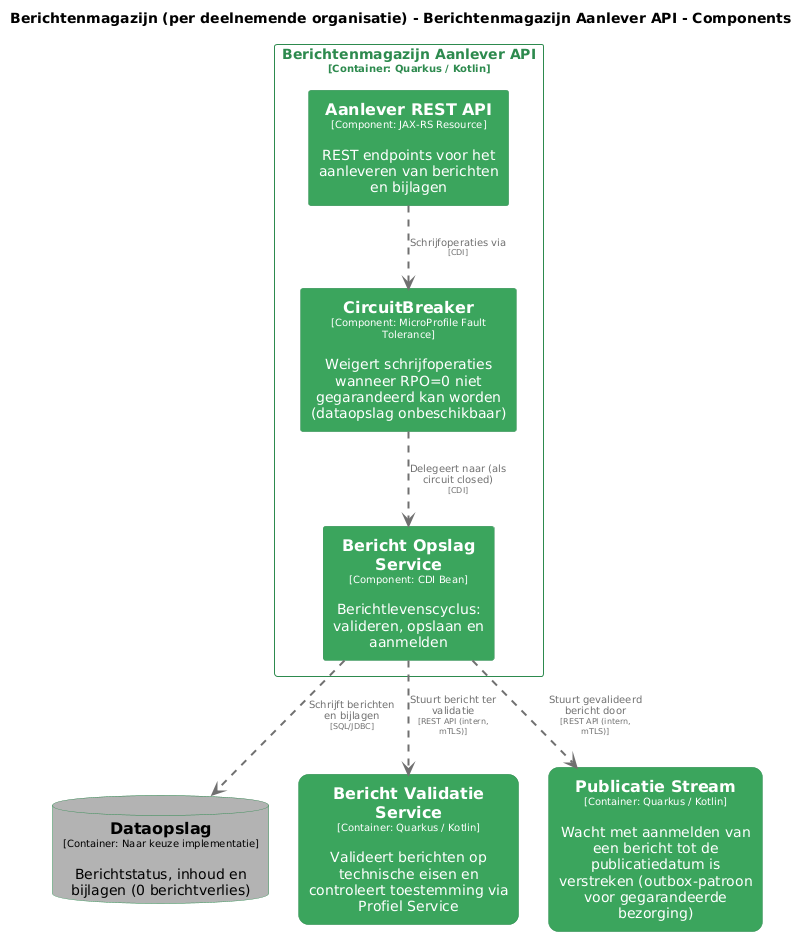
This is master/png/AanleverAPIComponenten.png from MinBZK/moza-poc-fbs-berichtenbox, a PlantUML export, as it was before one commit.
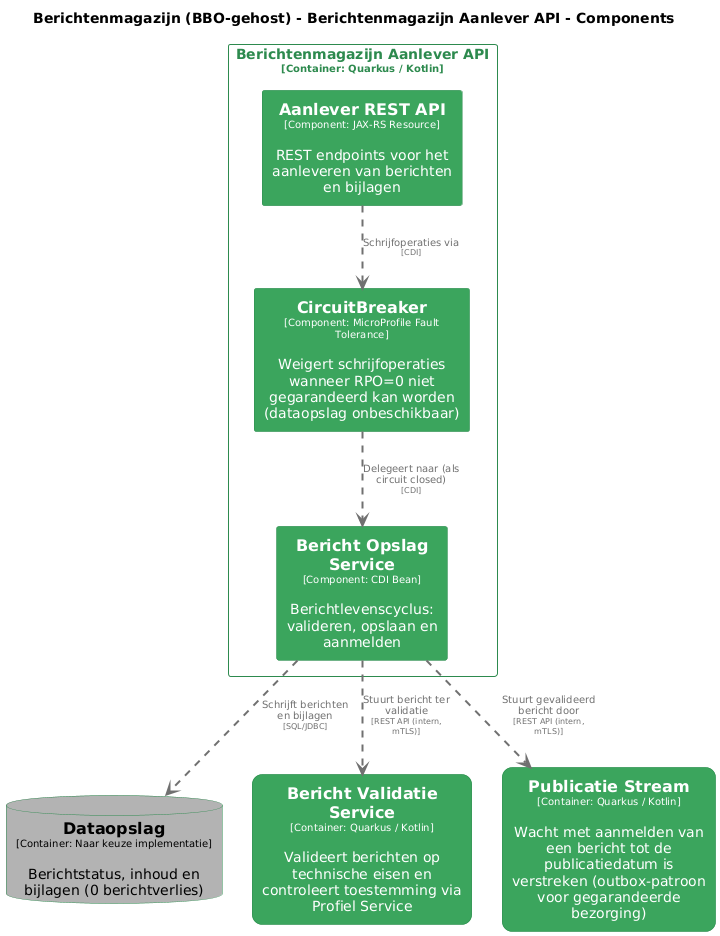
The same diagram one commit later.

Diff of the diagram source:
```diff
@@ -1,6 +1,6 @@
 @startuml
 set separator none
-title Berichtenmagazijn (per deelnemende organisatie) - Berichtenmagazijn Aanlever API - Components
+title Berichtenmagazijn (BBO-gehost) - Berichtenmagazijn Aanlever API - Components
 
 top to bottom direction
 skinparam ranksep 60
@@ -15,63 +15,63 @@
 
 hide stereotype
 
-skinparam rectangle<<Berichtenmagazijnperdeelnemendeorganisatie.BerichtenmagazijnAanleverAPI.AanleverRESTAPI>> {
+skinparam rectangle<<BerichtenmagazijnBBOgehost.BerichtenmagazijnAanleverAPI.AanleverRESTAPI>> {
   BackgroundColor #3ba55d
   FontColor #ffffff
   BorderColor #2d8a4e
   shadowing false
 }
-skinparam rectangle<<Berichtenmagazijnperdeelnemendeorganisatie.BerichtenmagazijnAanleverAPI.BerichtOpslagService>> {
+skinparam rectangle<<BerichtenmagazijnBBOgehost.BerichtenmagazijnAanleverAPI.BerichtOpslagService>> {
   BackgroundColor #3ba55d
   FontColor #ffffff
   BorderColor #2d8a4e
   shadowing false
 }
-skinparam rectangle<<Berichtenmagazijnperdeelnemendeorganisatie.BerichtValidatieService>> {
+skinparam rectangle<<BerichtenmagazijnBBOgehost.BerichtValidatieService>> {
   BackgroundColor #3ba55d
   FontColor #ffffff
   BorderColor #2d8a4e
   roundCorner 20
   shadowing false
 }
-skinparam rectangle<<Berichtenmagazijnperdeelnemendeorganisatie.BerichtenmagazijnAanleverAPI.CircuitBreaker>> {
+skinparam rectangle<<BerichtenmagazijnBBOgehost.BerichtenmagazijnAanleverAPI.CircuitBreaker>> {
   BackgroundColor #3ba55d
   FontColor #ffffff
   BorderColor #2d8a4e
   shadowing false
 }
-skinparam database<<Berichtenmagazijnperdeelnemendeorganisatie.Dataopslag>> {
+skinparam database<<BerichtenmagazijnBBOgehost.Dataopslag>> {
   BackgroundColor #b3b3b3
   FontColor #000000
   BorderColor #2d8a4e
   shadowing false
 }
-skinparam rectangle<<Berichtenmagazijnperdeelnemendeorganisatie.PublicatieStream>> {
+skinparam rectangle<<BerichtenmagazijnBBOgehost.PublicatieStream>> {
   BackgroundColor #3ba55d
   FontColor #ffffff
   BorderColor #2d8a4e
   roundCorner 20
   shadowing false
 }
-skinparam rectangle<<Berichtenmagazijnperdeelnemendeorganisatie.BerichtenmagazijnAanleverAPI>> {
+skinparam rectangle<<BerichtenmagazijnBBOgehost.BerichtenmagazijnAanleverAPI>> {
   BorderColor #2d8a4e
   FontColor #2d8a4e
   shadowing false
 }
 
-database "==Dataopslag\n<size:10>[Container: Naar keuze implementatie]</size>\n\nBerichtstatus, inhoud en bijlagen (0 berichtverlies)" <<Berichtenmagazijnperdeelnemendeorganisatie.Dataopslag>> as Berichtenmagazijnperdeelnemendeorganisatie.Dataopslag
-rectangle "==Bericht Validatie Service\n<size:10>[Container: Quarkus / Kotlin]</size>\n\nValideert berichten op technische eisen en controleert toestemming via Profiel Service" <<Berichtenmagazijnperdeelnemendeorganisatie.BerichtValidatieService>> as Berichtenmagazijnperdeelnemendeorganisatie.BerichtValidatieService
-rectangle "==Publicatie Stream\n<size:10>[Container: Quarkus / Kotlin]</size>\n\nWacht met aanmelden van een bericht tot de publicatiedatum is verstreken (outbox-patroon voor gegarandeerde bezorging)" <<Berichtenmagazijnperdeelnemendeorganisatie.PublicatieStream>> as Berichtenmagazijnperdeelnemendeorganisatie.PublicatieStream
+database "==Dataopslag\n<size:10>[Container: Naar keuze implementatie]</size>\n\nBerichtstatus, inhoud en bijlagen (0 berichtverlies)" <<BerichtenmagazijnBBOgehost.Dataopslag>> as BerichtenmagazijnBBOgehost.Dataopslag
+rectangle "==Bericht Validatie Service\n<size:10>[Container: Quarkus / Kotlin]</size>\n\nValideert berichten op technische eisen en controleert toestemming via Profiel Service" <<BerichtenmagazijnBBOgehost.BerichtValidatieService>> as BerichtenmagazijnBBOgehost.BerichtValidatieService
+rectangle "==Publicatie Stream\n<size:10>[Container: Quarkus / Kotlin]</size>\n\nWacht met aanmelden van een bericht tot de publicatiedatum is verstreken (outbox-patroon voor gegarandeerde bezorging)" <<BerichtenmagazijnBBOgehost.PublicatieStream>> as BerichtenmagazijnBBOgehost.PublicatieStream
 
-rectangle "Berichtenmagazijn Aanlever API\n<size:10>[Container: Quarkus / Kotlin]</size>" <<Berichtenmagazijnperdeelnemendeorganisatie.BerichtenmagazijnAanleverAPI>> {
-  rectangle "==Aanlever REST API\n<size:10>[Component: JAX-RS Resource]</size>\n\nREST endpoints voor het aanleveren van berichten en bijlagen" <<Berichtenmagazijnperdeelnemendeorganisatie.BerichtenmagazijnAanleverAPI.AanleverRESTAPI>> as Berichtenmagazijnperdeelnemendeorganisatie.BerichtenmagazijnAanleverAPI.AanleverRESTAPI
-  rectangle "==CircuitBreaker\n<size:10>[Component: MicroProfile Fault Tolerance]</size>\n\nWeigert schrijfoperaties wanneer RPO=0 niet gegarandeerd kan worden (dataopslag onbeschikbaar)" <<Berichtenmagazijnperdeelnemendeorganisatie.BerichtenmagazijnAanleverAPI.CircuitBreaker>> as Berichtenmagazijnperdeelnemendeorganisatie.BerichtenmagazijnAanleverAPI.CircuitBreaker
-  rectangle "==Bericht Opslag Service\n<size:10>[Component: CDI Bean]</size>\n\nBerichtlevenscyclus: valideren, opslaan en aanmelden" <<Berichtenmagazijnperdeelnemendeorganisatie.BerichtenmagazijnAanleverAPI.BerichtOpslagService>> as Berichtenmagazijnperdeelnemendeorganisatie.BerichtenmagazijnAanleverAPI.BerichtOpslagService
+rectangle "Berichtenmagazijn Aanlever API\n<size:10>[Container: Quarkus / Kotlin]</size>" <<BerichtenmagazijnBBOgehost.BerichtenmagazijnAanleverAPI>> {
+  rectangle "==Aanlever REST API\n<size:10>[Component: JAX-RS Resource]</size>\n\nREST endpoints voor het aanleveren van berichten en bijlagen" <<BerichtenmagazijnBBOgehost.BerichtenmagazijnAanleverAPI.AanleverRESTAPI>> as BerichtenmagazijnBBOgehost.BerichtenmagazijnAanleverAPI.AanleverRESTAPI
+  rectangle "==CircuitBreaker\n<size:10>[Component: MicroProfile Fault Tolerance]</size>\n\nWeigert schrijfoperaties wanneer RPO=0 niet gegarandeerd kan worden (dataopslag onbeschikbaar)" <<BerichtenmagazijnBBOgehost.BerichtenmagazijnAanleverAPI.CircuitBreaker>> as BerichtenmagazijnBBOgehost.BerichtenmagazijnAanleverAPI.CircuitBreaker
+  rectangle "==Bericht Opslag Service\n<size:10>[Component: CDI Bean]</size>\n\nBerichtlevenscyclus: valideren, opslaan en aanmelden" <<BerichtenmagazijnBBOgehost.BerichtenmagazijnAanleverAPI.BerichtOpslagService>> as BerichtenmagazijnBBOgehost.BerichtenmagazijnAanleverAPI.BerichtOpslagService
 }
 
-Berichtenmagazijnperdeelnemendeorganisatie.BerichtenmagazijnAanleverAPI.AanleverRESTAPI .[#707070,thickness=2].> Berichtenmagazijnperdeelnemendeorganisatie.BerichtenmagazijnAanleverAPI.CircuitBreaker : "<color:#707070>Schrijfoperaties via\n<color:#707070><size:8>[CDI]</size>"
-Berichtenmagazijnperdeelnemendeorganisatie.BerichtenmagazijnAanleverAPI.CircuitBreaker .[#707070,thickness=2].> Berichtenmagazijnperdeelnemendeorganisatie.BerichtenmagazijnAanleverAPI.BerichtOpslagService : "<color:#707070>Delegeert naar (als circuit closed)\n<color:#707070><size:8>[CDI]</size>"
-Berichtenmagazijnperdeelnemendeorganisatie.BerichtenmagazijnAanleverAPI.BerichtOpslagService .[#707070,thickness=2].> Berichtenmagazijnperdeelnemendeorganisatie.Dataopslag : "<color:#707070>Schrijft berichten en bijlagen\n<color:#707070><size:8>[SQL/JDBC]</size>"
-Berichtenmagazijnperdeelnemendeorganisatie.BerichtenmagazijnAanleverAPI.BerichtOpslagService .[#707070,thickness=2].> Berichtenmagazijnperdeelnemendeorganisatie.BerichtValidatieService : "<color:#707070>Stuurt bericht ter validatie\n<color:#707070><size:8>[REST API (intern, mTLS)]</size>"
-Berichtenmagazijnperdeelnemendeorganisatie.BerichtenmagazijnAanleverAPI.BerichtOpslagService .[#707070,thickness=2].> Berichtenmagazijnperdeelnemendeorganisatie.PublicatieStream : "<color:#707070>Stuurt gevalideerd bericht door\n<color:#707070><size:8>[REST API (intern, mTLS)]</size>"
+BerichtenmagazijnBBOgehost.BerichtenmagazijnAanleverAPI.AanleverRESTAPI .[#707070,thickness=2].> BerichtenmagazijnBBOgehost.BerichtenmagazijnAanleverAPI.CircuitBreaker : "<color:#707070>Schrijfoperaties via\n<color:#707070><size:8>[CDI]</size>"
+BerichtenmagazijnBBOgehost.BerichtenmagazijnAanleverAPI.CircuitBreaker .[#707070,thickness=2].> BerichtenmagazijnBBOgehost.BerichtenmagazijnAanleverAPI.BerichtOpslagService : "<color:#707070>Delegeert naar (als circuit closed)\n<color:#707070><size:8>[CDI]</size>"
+BerichtenmagazijnBBOgehost.BerichtenmagazijnAanleverAPI.BerichtOpslagService .[#707070,thickness=2].> BerichtenmagazijnBBOgehost.Dataopslag : "<color:#707070>Schrijft berichten en bijlagen\n<color:#707070><size:8>[SQL/JDBC]</size>"
+BerichtenmagazijnBBOgehost.BerichtenmagazijnAanleverAPI.BerichtOpslagService .[#707070,thickness=2].> BerichtenmagazijnBBOgehost.BerichtValidatieService : "<color:#707070>Stuurt bericht ter validatie\n<color:#707070><size:8>[REST API (intern, mTLS)]</size>"
+BerichtenmagazijnBBOgehost.BerichtenmagazijnAanleverAPI.BerichtOpslagService .[#707070,thickness=2].> BerichtenmagazijnBBOgehost.PublicatieStream : "<color:#707070>Stuurt gevalideerd bericht door\n<color:#707070><size:8>[REST API (intern, mTLS)]</size>"
 @enduml
```
